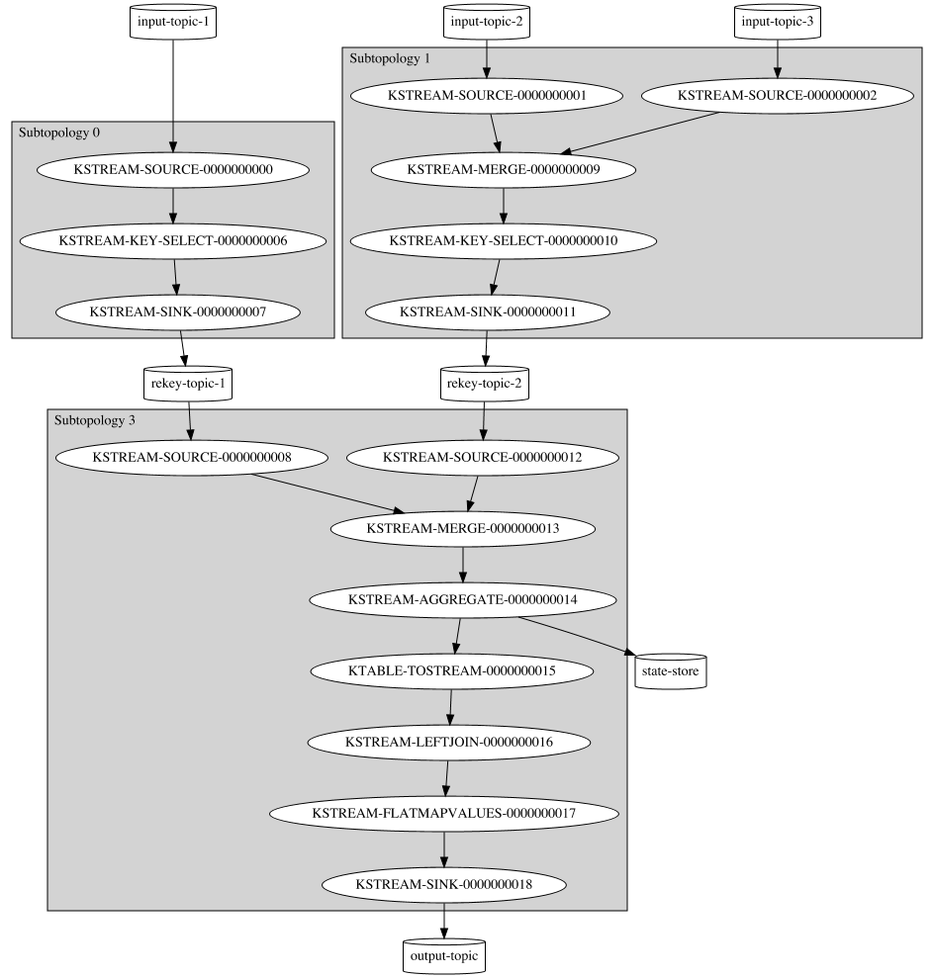
The Graphviz diagram examples/ex2.png in CasperKoning/kafka-streams-graphviz, before a commit. Its source is kept beside it as examples/ex2.dot.
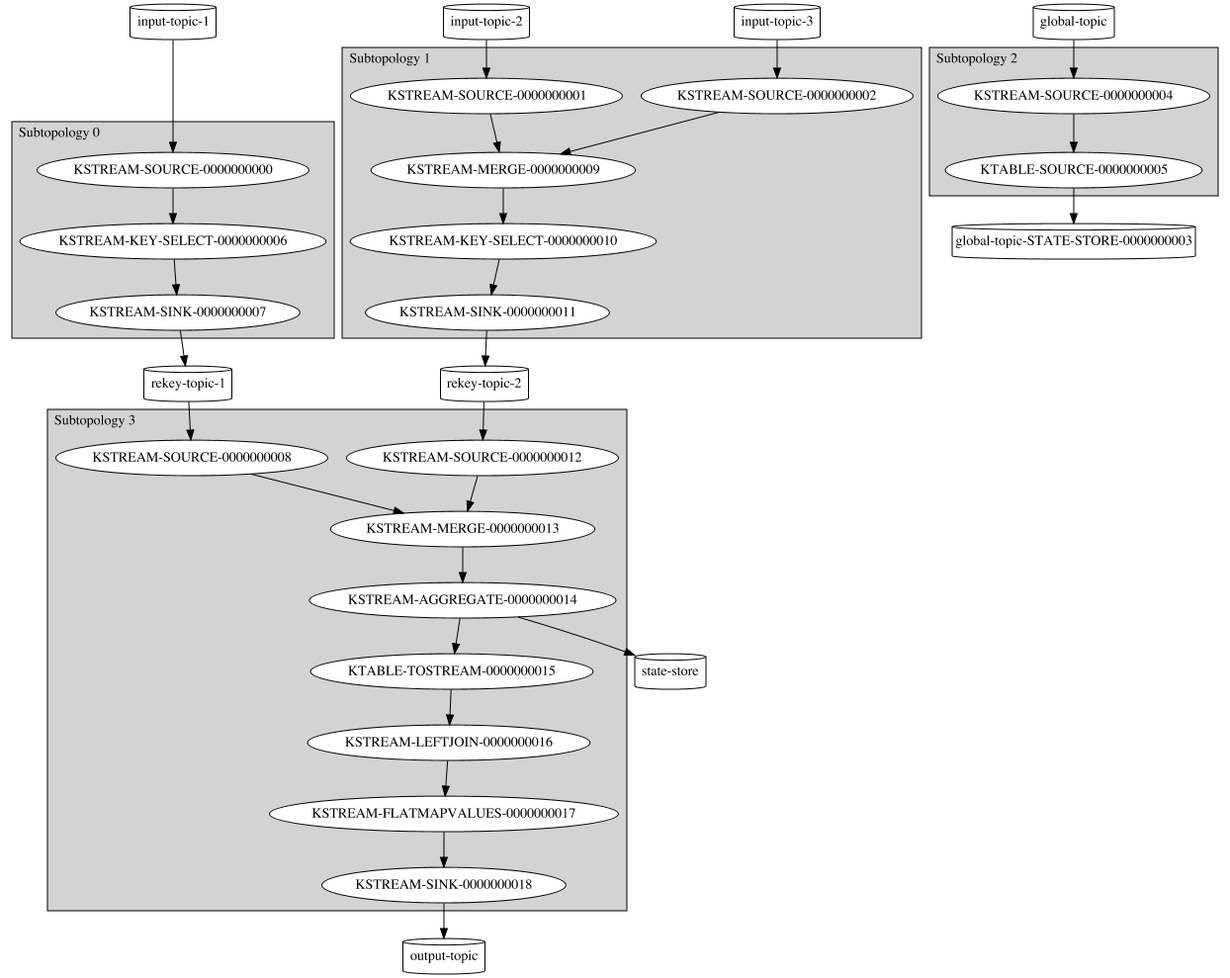
After the commit.

Commit message:
Implement graph for global state stores

Change to the diagram source:
```diff
@@ -7,6 +7,8 @@
 "rekey-topic-2" ["shape"="cylinder"]
 "output-topic" ["shape"="cylinder"]
 "state-store" ["shape"="cylinder"]
+"global-topic" ["shape"="cylinder"]
+"global-topic-STATE-STORE-0000000003" ["shape"="cylinder"]
 subgraph "cluster_topology_0" {
 edge ["dir"="forward"]
 graph ["style"="filled","label"="Subtopology 0","labeljust"="l"]
@@ -35,6 +37,12 @@
 "KSTREAM-LEFTJOIN-0000000016" -> "KSTREAM-FLATMAPVALUES-0000000017" ["arrowhead"="normal"]
 "KSTREAM-FLATMAPVALUES-0000000017" -> "KSTREAM-SINK-0000000018" ["arrowhead"="normal"]
 }
+subgraph "cluster_topology_2" {
+edge ["dir"="forward"]
+graph ["style"="filled","label"="Subtopology 2","labeljust"="l"]
+node ["style"="filled","fillcolor"="white"]
+"KSTREAM-SOURCE-0000000004" -> "KTABLE-SOURCE-0000000005" ["arrowhead"="normal"]
+}
 {
 edge ["dir"="none"]
 graph ["rank"="same"]
@@ -51,4 +59,6 @@
 "KSTREAM-SINK-0000000011" -> "rekey-topic-2" ["arrowhead"="normal"]
 "KSTREAM-SINK-0000000018" -> "output-topic" ["arrowhead"="normal"]
 "KSTREAM-AGGREGATE-0000000014" -> "state-store" ["arrowhead"="normal"]
+"global-topic" -> "KSTREAM-SOURCE-0000000004" ["arrowhead"="normal"]
+"KTABLE-SOURCE-0000000005" -> "global-topic-STATE-STORE-0000000003" ["arrowhead"="normal"]
 }
```
